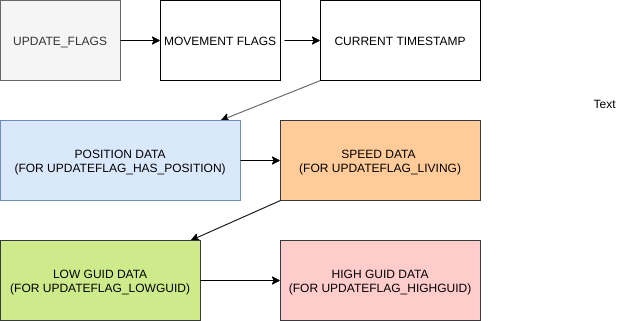
Before: Wiki/Images/UpdatePct3.png, a diagram exported from draw.io (idewave/idewave-core). Source tidied: cells renumbered, new cells last; positions are measured from the earlier drawing's top-left corner, leaving out a move shared by most shapes. Source of this version:
```xml
<mxGraphModel>
  <root>
    <mxCell id="0" />
    <mxCell id="1" parent="0" />
    <mxCell id="2" value="UPDATE_FLAGS" style="rounded=0;whiteSpace=wrap;html=1;fillColor=#f5f5f5;strokeColor=#666666;fontColor=#333333;" parent="1" vertex="1">
      <mxGeometry width="120" height="80" as="geometry" />
    </mxCell>
    <mxCell id="3" style="endArrow=classic;html=1;" parent="1" edge="1" target="4">
      <mxGeometry relative="1" as="geometry">
        <mxPoint x="120" y="40" as="sourcePoint" />
      </mxGeometry>
    </mxCell>
    <mxCell id="4" value="MOVEMENT FLAGS" style="rounded=0;whiteSpace=wrap;html=1;" parent="1" vertex="1">
      <mxGeometry x="160" width="120" height="80" as="geometry" />
    </mxCell>
    <mxCell id="5" style="endArrow=classic;html=1;" parent="1" edge="1" target="6">
      <mxGeometry relative="1" as="geometry">
        <mxPoint x="284" y="40" as="sourcePoint" />
      </mxGeometry>
    </mxCell>
    <mxCell id="6" value="CURRENT TIMESTAMP" style="rounded=0;whiteSpace=wrap;html=1;" parent="1" vertex="1">
      <mxGeometry x="320" width="160" height="80" as="geometry" />
    </mxCell>
    <mxCell id="7" style="endArrow=classic;html=1;" parent="1" edge="1" target="8">
      <mxGeometry relative="1" as="geometry">
        <mxPoint x="320" y="80" as="sourcePoint" />
      </mxGeometry>
    </mxCell>
    <mxCell id="8" value="POSITION DATA&lt;br&gt;(FOR UPDATEFLAG_HAS_POSITION&lt;span&gt;)&lt;/span&gt;" style="rounded=0;whiteSpace=wrap;html=1;fillColor=#dae8fc;strokeColor=#6c8ebf;" parent="1" vertex="1">
      <mxGeometry y="120" width="240" height="80" as="geometry" />
    </mxCell>
    <mxCell id="9" style="endArrow=classic;html=1;" parent="1" edge="1" target="10">
      <mxGeometry relative="1" as="geometry">
        <mxPoint x="240" y="160" as="sourcePoint" />
      </mxGeometry>
    </mxCell>
    <mxCell id="10" value="SPEED DATA &lt;br&gt;(FOR UPDATEFLAG_LIVING)" style="rounded=0;whiteSpace=wrap;html=1;fillColor=#ffcc99;strokeColor=#36393d;" parent="1" vertex="1">
      <mxGeometry x="280" y="120" width="200" height="80" as="geometry" />
    </mxCell>
    <mxCell id="11" value="Text" style="text;html=1;align=center;verticalAlign=middle;" parent="1" vertex="1">
      <mxGeometry x="584" y="93" width="40" height="20" as="geometry" />
    </mxCell>
    <mxCell id="12" style="endArrow=classic;html=1;" parent="1" edge="1" target="13">
      <mxGeometry relative="1" as="geometry">
        <mxPoint x="280" y="200" as="sourcePoint" />
      </mxGeometry>
    </mxCell>
    <mxCell id="13" value="LOW GUID DATA&lt;br&gt;(FOR UPDATEFLAG_LOWGUID)" style="rounded=0;whiteSpace=wrap;html=1;fillColor=#cdeb8b;strokeColor=#36393d;" parent="1" vertex="1">
      <mxGeometry y="240" width="200" height="80" as="geometry" />
    </mxCell>
    <mxCell id="14" style="endArrow=classic;html=1;" parent="1" edge="1" target="15">
      <mxGeometry relative="1" as="geometry">
        <mxPoint x="200" y="280" as="sourcePoint" />
      </mxGeometry>
    </mxCell>
    <mxCell id="15" value="HIGH GUID DATA&lt;br&gt;(FOR UPDATEFLAG_HIGHGUID)" style="rounded=0;whiteSpace=wrap;html=1;fillColor=#ffcccc;strokeColor=#36393d;" parent="1" vertex="1">
      <mxGeometry x="280" y="240" width="200" height="80" as="geometry" />
    </mxCell>
  </root>
</mxGraphModel>
```
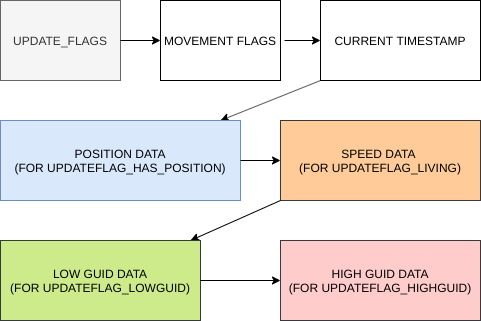
After the change.

Change to the diagram source:
```diff
@@ -37,9 +37,6 @@
     <mxCell id="10" value="SPEED DATA &lt;br&gt;(FOR UPDATEFLAG_LIVING)" style="rounded=0;whiteSpace=wrap;html=1;fillColor=#ffcc99;strokeColor=#36393d;" parent="1" vertex="1">
       <mxGeometry x="280" y="120" width="200" height="80" as="geometry" />
     </mxCell>
-    <mxCell id="11" value="Text" style="text;html=1;align=center;verticalAlign=middle;" parent="1" vertex="1">
-      <mxGeometry x="584" y="93" width="40" height="20" as="geometry" />
-    </mxCell>
     <mxCell id="12" style="endArrow=classic;html=1;" parent="1" edge="1" target="13">
       <mxGeometry relative="1" as="geometry">
         <mxPoint x="280" y="200" as="sourcePoint" />
```
